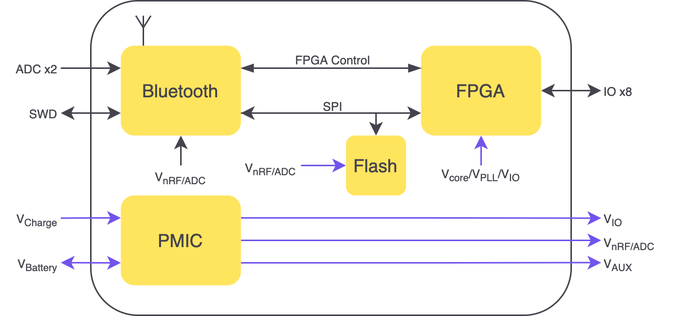
Before: hardware/s1-module-images/s1-block-diagram.png, a diagram exported from draw.io (siliconwitchery/docs). Source tidied: cells renumbered, new cells last; positions are measured from the earlier drawing's top-left corner, leaving out a move shared by most shapes.
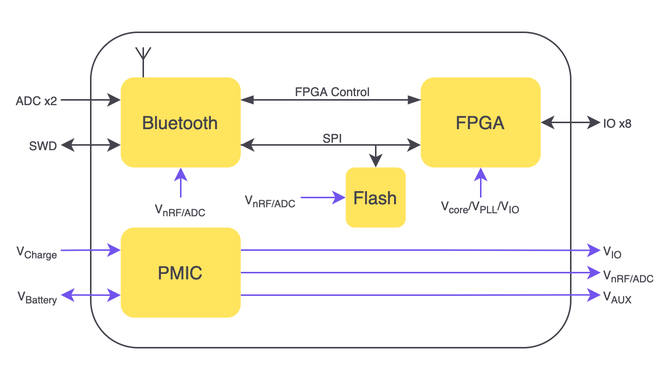
After the commit.

Commit message:
improved image padding

What changed in the source:
```diff
@@ -2,128 +2,131 @@
   <root>
     <mxCell id="0" />
     <mxCell id="1" parent="0" />
-    <mxCell id="2" style="whiteSpace=wrap;html=1;fontSize=9;fillColor=none;rounded=1;strokeColor=#44434d;fontColor=#7253ED;" parent="1" vertex="1">
-      <mxGeometry x="60" width="320" height="210" as="geometry" />
+    <mxCell id="2" style="rounded=0;whiteSpace=wrap;html=1;fillColor=none;strokeColor=none;" parent="1" vertex="1">
+      <mxGeometry y="-21" width="440" height="251" as="geometry" />
     </mxCell>
-    <mxCell id="3" style="edgeStyle=orthogonalEdgeStyle;jettySize=auto;html=1;exitX=1;exitY=0.5;exitDx=0;exitDy=0;startArrow=classic;startFill=1;endArrow=classic;endFill=1;fontSize=9;fontColor=#5AA9E6;strokeColor=#44434d;" parent="1" edge="1" source="4">
-      <mxGeometry relative="1" as="geometry">
-        <mxPoint x="400" y="60" as="targetPoint" />
-      </mxGeometry>
+    <mxCell id="3" style="whiteSpace=wrap;html=1;fontSize=9;fillColor=none;rounded=1;strokeColor=#44434d;fontColor=#7253ED;" parent="1" vertex="1">
+      <mxGeometry x="60" width="320" height="210" as="geometry" />
     </mxCell>
-    <mxCell id="4" value="&lt;font&gt;FPGA&lt;/font&gt;" style="whiteSpace=wrap;html=1;fillColor=#FFE45E;strokeColor=none;rounded=1;fontColor=#44434d;" parent="1" vertex="1">
-      <mxGeometry x="280" y="30" width="80" height="60" as="geometry" />
+    <mxCell id="4" style="edgeStyle=orthogonalEdgeStyle;jettySize=auto;html=1;exitX=1;exitY=0.5;exitDx=0;exitDy=0;startArrow=classic;startFill=1;endArrow=classic;endFill=1;fontSize=9;fontColor=#5AA9E6;strokeColor=#44434d;" parent="1" edge="1" source="5">
+      <mxGeometry relative="1" as="geometry">
+        <mxPoint x="400" y="60" as="targetPoint" />
+      </mxGeometry>
     </mxCell>
-    <mxCell id="5" style="edgeStyle=orthogonalEdgeStyle;jettySize=auto;html=1;exitX=1;exitY=0.75;exitDx=0;exitDy=0;entryX=0;entryY=0.75;entryDx=0;entryDy=0;startArrow=classic;startFill=1;strokeColor=#44434d;fontColor=#44434D;" parent="1" edge="1" source="12" target="4">
-      <mxGeometry relative="1" as="geometry" />
+    <mxCell id="5" value="&lt;font&gt;FPGA&lt;/font&gt;" style="whiteSpace=wrap;html=1;fillColor=#FFE45E;strokeColor=none;rounded=1;fontColor=#44434d;" parent="1" vertex="1">
+      <mxGeometry x="280" y="30" width="80" height="60" as="geometry" />
     </mxCell>
-    <mxCell id="6" value="&lt;font style=&quot;font-size: 8px&quot; color=&quot;#44434d&quot;&gt;SPI&lt;/font&gt;" style="edgeLabel;html=1;align=center;verticalAlign=middle;fontSize=9;rounded=1;fontColor=#5AA9E6;" parent="5" vertex="1">
-      <mxGeometry x="0.35" y="1" relative="1" as="geometry">
-        <mxPoint x="-20.7" y="-5" as="offset" />
-      </mxGeometry>
+    <mxCell id="6" style="edgeStyle=orthogonalEdgeStyle;jettySize=auto;html=1;exitX=1;exitY=0.75;exitDx=0;exitDy=0;entryX=0;entryY=0.75;entryDx=0;entryDy=0;startArrow=classic;startFill=1;strokeColor=#44434d;fontColor=#44434D;" parent="1" edge="1" source="13" target="5">
+      <mxGeometry relative="1" as="geometry" />
     </mxCell>
-    <mxCell id="7" style="edgeStyle=orthogonalEdgeStyle;jettySize=auto;html=1;exitX=1;exitY=0.25;exitDx=0;exitDy=0;entryX=0;entryY=0.25;entryDx=0;entryDy=0;startArrow=blockThin;startFill=1;endArrow=blockThin;endFill=1;fontSize=9;strokeColor=#44434d;fontColor=#44434D;" parent="1" edge="1" source="12" target="4">
-      <mxGeometry relative="1" as="geometry" />
+    <mxCell id="7" value="&lt;font style=&quot;font-size: 8px&quot; color=&quot;#44434d&quot;&gt;SPI&lt;/font&gt;" style="edgeLabel;html=1;align=center;verticalAlign=middle;fontSize=9;rounded=1;fontColor=#5AA9E6;" parent="6" vertex="1">
+      <mxGeometry x="0.35" y="1" relative="1" as="geometry">
+        <mxPoint x="-20.7" y="-5" as="offset" />
+      </mxGeometry>
     </mxCell>
-    <mxCell id="8" value="&lt;font style=&quot;font-size: 8px&quot; color=&quot;#44434d&quot;&gt;FPGA Control&lt;/font&gt;" style="edgeLabel;html=1;align=center;verticalAlign=middle;fontSize=9;rounded=1;fontColor=#5AA9E6;" parent="7" vertex="1">
-      <mxGeometry x="0.01" relative="1" as="geometry">
-        <mxPoint x="-0.6" y="-7" as="offset" />
-      </mxGeometry>
+    <mxCell id="8" style="edgeStyle=orthogonalEdgeStyle;jettySize=auto;html=1;exitX=1;exitY=0.25;exitDx=0;exitDy=0;entryX=0;entryY=0.25;entryDx=0;entryDy=0;startArrow=blockThin;startFill=1;endArrow=blockThin;endFill=1;fontSize=9;strokeColor=#44434d;fontColor=#44434D;" parent="1" edge="1" source="13" target="5">
+      <mxGeometry relative="1" as="geometry" />
     </mxCell>
-    <mxCell id="9" style="edgeStyle=orthogonalEdgeStyle;jettySize=auto;html=1;exitX=0;exitY=0.25;exitDx=0;exitDy=0;startArrow=classic;startFill=1;endArrow=none;endFill=0;fontSize=9;fontColor=#5AA9E6;strokeColor=#44434d;" parent="1" edge="1" source="12">
-      <mxGeometry relative="1" as="geometry">
-        <mxPoint x="40" y="45" as="targetPoint" />
+    <mxCell id="9" value="&lt;font style=&quot;font-size: 8px&quot; color=&quot;#44434d&quot;&gt;FPGA Control&lt;/font&gt;" style="edgeLabel;html=1;align=center;verticalAlign=middle;fontSize=9;rounded=1;fontColor=#5AA9E6;" parent="8" vertex="1">
+      <mxGeometry x="0.01" relative="1" as="geometry">
+        <mxPoint x="-0.6" y="-7" as="offset" />
       </mxGeometry>
     </mxCell>
-    <mxCell id="10" style="edgeStyle=orthogonalEdgeStyle;jettySize=auto;html=1;exitX=0;exitY=0.75;exitDx=0;exitDy=0;startArrow=classic;startFill=1;endArrow=classic;endFill=1;fontSize=9;fontColor=#5AA9E6;strokeColor=#44434d;" parent="1" edge="1" source="12">
+    <mxCell id="10" style="edgeStyle=orthogonalEdgeStyle;jettySize=auto;html=1;exitX=0;exitY=0.25;exitDx=0;exitDy=0;startArrow=classic;startFill=1;endArrow=none;endFill=0;fontSize=9;fontColor=#5AA9E6;strokeColor=#44434d;" parent="1" edge="1" source="13">
       <mxGeometry relative="1" as="geometry">
-        <mxPoint x="40" y="75" as="targetPoint" />
+        <mxPoint x="40" y="45" as="targetPoint" />
       </mxGeometry>
     </mxCell>
-    <mxCell id="11" style="edgeStyle=orthogonalEdgeStyle;jettySize=auto;html=1;exitX=0.5;exitY=1;exitDx=0;exitDy=0;entryX=0.5;entryY=0;entryDx=0;entryDy=0;startArrow=classic;startFill=1;endArrow=none;endFill=0;fontSize=9;fontColor=#5AA9E6;strokeColor=#44434d;" parent="1" edge="1" source="12" target="31">
-      <mxGeometry relative="1" as="geometry" />
+    <mxCell id="11" style="edgeStyle=orthogonalEdgeStyle;jettySize=auto;html=1;exitX=0;exitY=0.75;exitDx=0;exitDy=0;startArrow=classic;startFill=1;endArrow=classic;endFill=1;fontSize=9;fontColor=#5AA9E6;strokeColor=#44434d;" parent="1" edge="1" source="13">
+      <mxGeometry relative="1" as="geometry">
+        <mxPoint x="40" y="75" as="targetPoint" />
+      </mxGeometry>
     </mxCell>
-    <mxCell id="12" value="&lt;font&gt;Bluetooth&lt;/font&gt;" style="whiteSpace=wrap;html=1;strokeColor=none;fillColor=#FFE45E;rounded=1;fontColor=#44434d;" parent="1" vertex="1">
-      <mxGeometry x="80" y="30" width="80" height="60" as="geometry" />
+    <mxCell id="12" style="edgeStyle=orthogonalEdgeStyle;jettySize=auto;html=1;exitX=0.5;exitY=1;exitDx=0;exitDy=0;entryX=0.5;entryY=0;entryDx=0;entryDy=0;startArrow=classic;startFill=1;endArrow=none;endFill=0;fontSize=9;fontColor=#5AA9E6;strokeColor=#7253ED;" parent="1" edge="1" source="13" target="32">
+      <mxGeometry relative="1" as="geometry" />
     </mxCell>
-    <mxCell id="13" style="edgeStyle=orthogonalEdgeStyle;jettySize=auto;html=1;exitX=0.5;exitY=0;exitDx=0;exitDy=0;startArrow=classic;startFill=1;endArrow=none;endFill=0;entryX=1;entryY=0.75;entryDx=0;entryDy=0;fontColor=#5AA9E6;strokeColor=#44434d;rounded=0;" parent="1" edge="1" source="14" target="12">
-      <mxGeometry relative="1" as="geometry">
-        <Array as="points">
-          <mxPoint x="250" y="75" />
-        </Array>
-      </mxGeometry>
+    <mxCell id="13" value="&lt;font&gt;Bluetooth&lt;/font&gt;" style="whiteSpace=wrap;html=1;strokeColor=none;fillColor=#FFE45E;rounded=1;fontColor=#44434d;" parent="1" vertex="1">
+      <mxGeometry x="80" y="30" width="80" height="60" as="geometry" />
     </mxCell>
-    <mxCell id="14" value="&lt;font&gt;Flash&lt;/font&gt;" style="whiteSpace=wrap;html=1;strokeColor=none;fillColor=#FFE45E;rounded=1;fontColor=#44434d;" parent="1" vertex="1">
-      <mxGeometry x="230" y="90" width="40" height="40" as="geometry" />
+    <mxCell id="14" style="edgeStyle=orthogonalEdgeStyle;jettySize=auto;html=1;exitX=0.5;exitY=0;exitDx=0;exitDy=0;startArrow=classic;startFill=1;endArrow=none;endFill=0;entryX=1;entryY=0.75;entryDx=0;entryDy=0;fontColor=#5AA9E6;strokeColor=#44434d;rounded=0;" parent="1" edge="1" source="15" target="13">
+      <mxGeometry relative="1" as="geometry">
+        <Array as="points">
+          <mxPoint x="250" y="75" />
+        </Array>
+      </mxGeometry>
     </mxCell>
-    <mxCell id="15" style="edgeStyle=orthogonalEdgeStyle;jettySize=auto;html=1;exitX=1;exitY=0.25;exitDx=0;exitDy=0;startArrow=none;startFill=0;endArrow=classic;endFill=1;fontSize=9;fontColor=#5AA9E6;strokeColor=#7253ED;" parent="1" edge="1" source="20">
-      <mxGeometry relative="1" as="geometry">
-        <mxPoint x="400" y="145.1" as="targetPoint" />
-      </mxGeometry>
+    <mxCell id="15" value="&lt;font&gt;Flash&lt;/font&gt;" style="whiteSpace=wrap;html=1;strokeColor=none;fillColor=#FFE45E;rounded=1;fontColor=#44434d;" parent="1" vertex="1">
+      <mxGeometry x="230" y="90" width="40" height="40" as="geometry" />
     </mxCell>
-    <mxCell id="16" style="edgeStyle=orthogonalEdgeStyle;jettySize=auto;html=1;exitX=1;exitY=0.5;exitDx=0;exitDy=0;startArrow=none;startFill=0;endArrow=classic;endFill=1;fontSize=9;fontColor=#5AA9E6;strokeColor=#7253ED;" parent="1" edge="1" source="20">
+    <mxCell id="16" style="edgeStyle=orthogonalEdgeStyle;jettySize=auto;html=1;exitX=1;exitY=0.25;exitDx=0;exitDy=0;startArrow=none;startFill=0;endArrow=classic;endFill=1;fontSize=9;fontColor=#5AA9E6;strokeColor=#7253ED;" parent="1" edge="1" source="21">
       <mxGeometry relative="1" as="geometry">
-        <mxPoint x="400" y="160" as="targetPoint" />
+        <mxPoint x="400" y="145.1" as="targetPoint" />
       </mxGeometry>
     </mxCell>
-    <mxCell id="17" style="edgeStyle=orthogonalEdgeStyle;jettySize=auto;html=1;exitX=1;exitY=0.75;exitDx=0;exitDy=0;startArrow=none;startFill=0;endArrow=classic;endFill=1;fontSize=9;fontColor=#5AA9E6;strokeColor=#7253ED;" parent="1" edge="1" source="20">
+    <mxCell id="17" style="edgeStyle=orthogonalEdgeStyle;jettySize=auto;html=1;exitX=1;exitY=0.5;exitDx=0;exitDy=0;startArrow=none;startFill=0;endArrow=classic;endFill=1;fontSize=9;fontColor=#5AA9E6;strokeColor=#7253ED;" parent="1" edge="1" source="21">
       <mxGeometry relative="1" as="geometry">
-        <mxPoint x="400" y="174.9" as="targetPoint" />
+        <mxPoint x="400" y="160" as="targetPoint" />
       </mxGeometry>
     </mxCell>
-    <mxCell id="18" style="edgeStyle=orthogonalEdgeStyle;jettySize=auto;html=1;exitX=0;exitY=0.25;exitDx=0;exitDy=0;startArrow=classic;startFill=1;endArrow=none;endFill=0;fontSize=9;fontColor=#5AA9E6;strokeColor=#7253ED;" parent="1" edge="1" source="20">
+    <mxCell id="18" style="edgeStyle=orthogonalEdgeStyle;jettySize=auto;html=1;exitX=1;exitY=0.75;exitDx=0;exitDy=0;startArrow=none;startFill=0;endArrow=classic;endFill=1;fontSize=9;fontColor=#5AA9E6;strokeColor=#7253ED;" parent="1" edge="1" source="21">
       <mxGeometry relative="1" as="geometry">
-        <mxPoint x="40" y="145.1" as="targetPoint" />
+        <mxPoint x="400" y="174.9" as="targetPoint" />
       </mxGeometry>
     </mxCell>
-    <mxCell id="19" style="edgeStyle=orthogonalEdgeStyle;jettySize=auto;html=1;exitX=0;exitY=0.75;exitDx=0;exitDy=0;startArrow=classic;startFill=1;endArrow=classic;endFill=1;fontSize=9;fontColor=#5AA9E6;strokeColor=#7253ED;" parent="1" edge="1" source="20">
+    <mxCell id="19" style="edgeStyle=orthogonalEdgeStyle;jettySize=auto;html=1;exitX=0;exitY=0.25;exitDx=0;exitDy=0;startArrow=classic;startFill=1;endArrow=none;endFill=0;fontSize=9;fontColor=#5AA9E6;strokeColor=#7253ED;" parent="1" edge="1" source="21">
       <mxGeometry relative="1" as="geometry">
-        <mxPoint x="40" y="174.9" as="targetPoint" />
+        <mxPoint x="40" y="145.1" as="targetPoint" />
       </mxGeometry>
     </mxCell>
-    <mxCell id="20" value="&lt;font&gt;PMIC&lt;/font&gt;" style="whiteSpace=wrap;html=1;strokeColor=none;fillColor=#FFE45E;rounded=1;fontColor=#44434d;" parent="1" vertex="1">
-      <mxGeometry x="80" y="130" width="80" height="60" as="geometry" />
+    <mxCell id="20" style="edgeStyle=orthogonalEdgeStyle;jettySize=auto;html=1;exitX=0;exitY=0.75;exitDx=0;exitDy=0;startArrow=classic;startFill=1;endArrow=classic;endFill=1;fontSize=9;fontColor=#5AA9E6;strokeColor=#7253ED;" parent="1" edge="1" source="21">
+      <mxGeometry relative="1" as="geometry">
+        <mxPoint x="40" y="174.9" as="targetPoint" />
+      </mxGeometry>
     </mxCell>
-    <mxCell id="21" value="&lt;font style=&quot;font-size: 8px&quot;&gt;ADC x2&lt;/font&gt;" style="text;html=1;strokeColor=none;fillColor=none;align=right;verticalAlign=middle;whiteSpace=wrap;rounded=1;fontColor=#44434D;" parent="1" vertex="1">
-      <mxGeometry y="39" width="40" height="10" as="geometry" />
+    <mxCell id="21" value="&lt;font&gt;PMIC&lt;/font&gt;" style="whiteSpace=wrap;html=1;strokeColor=none;fillColor=#FFE45E;rounded=1;fontColor=#44434d;" parent="1" vertex="1">
+      <mxGeometry x="80" y="130" width="80" height="60" as="geometry" />
     </mxCell>
-    <mxCell id="22" style="verticalLabelPosition=bottom;shadow=0;dashed=0;align=center;html=1;verticalAlign=top;shape=mxgraph.electrical.radio.aerial_-_antenna_1;fontSize=9;rounded=1;fillColor=#FFE45E;fontColor=#5AA9E6;strokeColor=#44434d;" parent="1" vertex="1">
-      <mxGeometry x="90" y="10" width="10" height="20" as="geometry" />
+    <mxCell id="22" value="&lt;font style=&quot;font-size: 8px&quot;&gt;ADC x2&lt;/font&gt;" style="text;html=1;strokeColor=none;fillColor=none;align=right;verticalAlign=middle;whiteSpace=wrap;rounded=1;fontColor=#44434D;" parent="1" vertex="1">
+      <mxGeometry y="39" width="40" height="10" as="geometry" />
     </mxCell>
-    <mxCell id="23" value="&lt;font style=&quot;font-size: 8px&quot;&gt;SWD&lt;/font&gt;" style="text;html=1;strokeColor=none;fillColor=none;align=right;verticalAlign=middle;whiteSpace=wrap;rounded=1;fontColor=#44434D;" parent="1" vertex="1">
-      <mxGeometry y="69" width="40" height="10" as="geometry" />
+    <mxCell id="23" style="verticalLabelPosition=bottom;shadow=0;dashed=0;align=center;html=1;verticalAlign=top;shape=mxgraph.electrical.radio.aerial_-_antenna_1;fontSize=9;rounded=1;fillColor=#FFE45E;fontColor=#5AA9E6;strokeColor=#44434d;" parent="1" vertex="1">
+      <mxGeometry x="90" y="10" width="10" height="20" as="geometry" />
     </mxCell>
-    <mxCell id="24" value="&lt;font style=&quot;font-size: 8px&quot;&gt;V&lt;sub&gt;Charge&lt;/sub&gt;&lt;/font&gt;" style="text;html=1;strokeColor=none;fillColor=none;align=right;verticalAlign=middle;whiteSpace=wrap;rounded=1;fontColor=#44434D;" parent="1" vertex="1">
-      <mxGeometry y="140" width="40" height="10" as="geometry" />
+    <mxCell id="24" value="&lt;font style=&quot;font-size: 8px&quot;&gt;SWD&lt;/font&gt;" style="text;html=1;strokeColor=none;fillColor=none;align=right;verticalAlign=middle;whiteSpace=wrap;rounded=1;fontColor=#44434D;" parent="1" vertex="1">
+      <mxGeometry y="69" width="40" height="10" as="geometry" />
     </mxCell>
-    <mxCell id="25" value="&lt;span style=&quot;font-size: 8px&quot;&gt;V&lt;sub&gt;Battery&lt;/sub&gt;&lt;/span&gt;" style="text;html=1;strokeColor=none;fillColor=none;align=right;verticalAlign=middle;whiteSpace=wrap;rounded=1;fontColor=#44434D;" parent="1" vertex="1">
-      <mxGeometry y="170" width="40" height="10" as="geometry" />
+    <mxCell id="25" value="&lt;font style=&quot;font-size: 8px&quot;&gt;V&lt;sub&gt;Charge&lt;/sub&gt;&lt;/font&gt;" style="text;html=1;strokeColor=none;fillColor=none;align=right;verticalAlign=middle;whiteSpace=wrap;rounded=1;fontColor=#44434D;" parent="1" vertex="1">
+      <mxGeometry y="140" width="40" height="10" as="geometry" />
     </mxCell>
-    <mxCell id="26" value="&lt;font style=&quot;font-size: 8px&quot;&gt;V&lt;sub&gt;IO&lt;/sub&gt;&lt;/font&gt;" style="text;html=1;strokeColor=none;fillColor=none;align=left;verticalAlign=middle;whiteSpace=wrap;rounded=1;fontColor=#44434D;" parent="1" vertex="1">
-      <mxGeometry x="400" y="140" width="40" height="10" as="geometry" />
+    <mxCell id="26" value="&lt;span style=&quot;font-size: 8px&quot;&gt;V&lt;sub&gt;Battery&lt;/sub&gt;&lt;/span&gt;" style="text;html=1;strokeColor=none;fillColor=none;align=right;verticalAlign=middle;whiteSpace=wrap;rounded=1;fontColor=#44434D;" parent="1" vertex="1">
+      <mxGeometry y="170" width="40" height="10" as="geometry" />
     </mxCell>
-    <mxCell id="27" value="&lt;font style=&quot;font-size: 8px&quot;&gt;V&lt;sub&gt;nRF/ADC&lt;/sub&gt;&lt;/font&gt;" style="text;html=1;strokeColor=none;fillColor=none;align=left;verticalAlign=middle;whiteSpace=wrap;rounded=1;fontColor=#44434D;" parent="1" vertex="1">
-      <mxGeometry x="400" y="153" width="60" height="15" as="geometry" />
+    <mxCell id="27" value="&lt;font style=&quot;font-size: 8px&quot;&gt;V&lt;sub&gt;IO&lt;/sub&gt;&lt;/font&gt;" style="text;html=1;strokeColor=none;fillColor=none;align=left;verticalAlign=middle;whiteSpace=wrap;rounded=1;fontColor=#44434D;" parent="1" vertex="1">
+      <mxGeometry x="400" y="140" width="40" height="10" as="geometry" />
     </mxCell>
-    <mxCell id="28" value="&lt;font style=&quot;font-size: 8px&quot;&gt;V&lt;sub&gt;AUX&lt;/sub&gt;&lt;/font&gt;" style="text;html=1;strokeColor=none;fillColor=none;align=left;verticalAlign=middle;whiteSpace=wrap;rounded=1;fontColor=#44434D;" parent="1" vertex="1">
-      <mxGeometry x="400" y="170" width="40" height="10" as="geometry" />
+    <mxCell id="28" value="&lt;font style=&quot;font-size: 8px&quot;&gt;V&lt;sub&gt;nRF/ADC&lt;/sub&gt;&lt;/font&gt;" style="text;html=1;strokeColor=none;fillColor=none;align=left;verticalAlign=middle;whiteSpace=wrap;rounded=1;fontColor=#44434D;" parent="1" vertex="1">
+      <mxGeometry x="400" y="153" width="40" height="15" as="geometry" />
     </mxCell>
-    <mxCell id="29" style="edgeStyle=orthogonalEdgeStyle;jettySize=auto;html=1;exitX=0.5;exitY=0;exitDx=0;exitDy=0;entryX=0.5;entryY=1;entryDx=0;entryDy=0;startArrow=none;startFill=0;endArrow=classic;endFill=1;fontSize=9;fontColor=#5AA9E6;strokeColor=#7253ED;" parent="1" edge="1" source="30" target="4">
-      <mxGeometry relative="1" as="geometry" />
+    <mxCell id="29" value="&lt;font style=&quot;font-size: 8px&quot;&gt;V&lt;sub&gt;AUX&lt;/sub&gt;&lt;/font&gt;" style="text;html=1;strokeColor=none;fillColor=none;align=left;verticalAlign=middle;whiteSpace=wrap;rounded=1;fontColor=#44434D;" parent="1" vertex="1">
+      <mxGeometry x="400" y="170" width="40" height="10" as="geometry" />
     </mxCell>
-    <mxCell id="30" value="&lt;font style=&quot;font-size: 8px&quot;&gt;V&lt;sub&gt;core&lt;/sub&gt;/V&lt;sub&gt;PLL&lt;/sub&gt;/V&lt;sub&gt;IO&lt;/sub&gt;&lt;/font&gt;" style="text;html=1;strokeColor=none;fillColor=none;align=center;verticalAlign=middle;whiteSpace=wrap;rounded=1;fontColor=#44434D;" parent="1" vertex="1">
-      <mxGeometry x="300" y="110" width="40" height="10" as="geometry" />
+    <mxCell id="30" style="edgeStyle=orthogonalEdgeStyle;jettySize=auto;html=1;exitX=0.5;exitY=0;exitDx=0;exitDy=0;entryX=0.5;entryY=1;entryDx=0;entryDy=0;startArrow=none;startFill=0;endArrow=classic;endFill=1;fontSize=9;fontColor=#5AA9E6;strokeColor=#7253ED;" parent="1" edge="1" source="31" target="5">
+      <mxGeometry relative="1" as="geometry" />
     </mxCell>
-    <mxCell id="31" value="&lt;sub style=&quot;font-size: 8px&quot;&gt;&lt;font style=&quot;font-size: 8px&quot;&gt;V&lt;sub&gt;nRF/&lt;/sub&gt;&lt;/font&gt;&lt;font style=&quot;font-size: 8px&quot;&gt;&lt;sub&gt;ADC&lt;/sub&gt;&lt;/font&gt;&lt;/sub&gt;" style="text;html=1;strokeColor=none;fillColor=none;align=center;verticalAlign=middle;whiteSpace=wrap;rounded=1;fontColor=#44434D;" parent="1" vertex="1">
-      <mxGeometry x="100" y="110" width="40" height="10" as="geometry" />
+    <mxCell id="31" value="&lt;font style=&quot;font-size: 8px&quot;&gt;V&lt;sub&gt;core&lt;/sub&gt;/V&lt;sub&gt;PLL&lt;/sub&gt;/V&lt;sub&gt;IO&lt;/sub&gt;&lt;/font&gt;" style="text;html=1;strokeColor=none;fillColor=none;align=center;verticalAlign=middle;whiteSpace=wrap;rounded=1;fontColor=#44434D;" parent="1" vertex="1">
+      <mxGeometry x="300" y="110" width="40" height="10" as="geometry" />
     </mxCell>
-    <mxCell id="32" style="edgeStyle=orthogonalEdgeStyle;jettySize=auto;html=1;exitX=1;exitY=0.5;exitDx=0;exitDy=0;entryX=0;entryY=0.5;entryDx=0;entryDy=0;startArrow=none;startFill=0;endArrow=classic;endFill=1;fontSize=9;fontColor=#5AA9E6;strokeColor=#7253ED;" parent="1" edge="1" source="33" target="14">
-      <mxGeometry relative="1" as="geometry" />
+    <mxCell id="32" value="&lt;sub style=&quot;font-size: 8px&quot;&gt;&lt;font style=&quot;font-size: 8px&quot;&gt;V&lt;sub&gt;nRF/&lt;/sub&gt;&lt;/font&gt;&lt;font style=&quot;font-size: 8px&quot;&gt;&lt;sub&gt;ADC&lt;/sub&gt;&lt;/font&gt;&lt;/sub&gt;" style="text;html=1;strokeColor=none;fillColor=none;align=center;verticalAlign=middle;whiteSpace=wrap;rounded=1;fontColor=#44434D;" parent="1" vertex="1">
+      <mxGeometry x="100" y="110" width="40" height="10" as="geometry" />
     </mxCell>
-    <mxCell id="33" value="&lt;font style=&quot;font-size: 8px&quot;&gt;&lt;sub&gt;&lt;font style=&quot;font-size: 8px&quot;&gt;V&lt;sub&gt;nRF/&lt;/sub&gt;&lt;/font&gt;&lt;font style=&quot;font-size: 8px&quot;&gt;&lt;sub&gt;ADC&lt;/sub&gt;&lt;/font&gt;&lt;/sub&gt;&lt;/font&gt;" style="text;html=1;strokeColor=none;fillColor=none;align=center;verticalAlign=middle;whiteSpace=wrap;rounded=1;fontColor=#44434D;" parent="1" vertex="1">
-      <mxGeometry x="160" y="105" width="40" height="10" as="geometry" />
+    <mxCell id="33" style="edgeStyle=orthogonalEdgeStyle;jettySize=auto;html=1;exitX=1;exitY=0.5;exitDx=0;exitDy=0;entryX=0;entryY=0.5;entryDx=0;entryDy=0;startArrow=none;startFill=0;endArrow=classic;endFill=1;fontSize=9;fontColor=#5AA9E6;strokeColor=#7253ED;" parent="1" edge="1" source="34" target="15">
+      <mxGeometry relative="1" as="geometry" />
     </mxCell>
-    <mxCell id="34" value="&lt;font style=&quot;font-size: 8px&quot;&gt;IO x8&lt;/font&gt;" style="text;html=1;strokeColor=none;fillColor=none;align=left;verticalAlign=middle;whiteSpace=wrap;rounded=1;fontColor=#44434D;" parent="1" vertex="1">
-      <mxGeometry x="400" y="54" width="40" height="10" as="geometry" />
+    <mxCell id="34" value="&lt;font style=&quot;font-size: 8px&quot;&gt;&lt;sub&gt;&lt;font style=&quot;font-size: 8px&quot;&gt;V&lt;sub&gt;nRF/&lt;/sub&gt;&lt;/font&gt;&lt;font style=&quot;font-size: 8px&quot;&gt;&lt;sub&gt;ADC&lt;/sub&gt;&lt;/font&gt;&lt;/sub&gt;&lt;/font&gt;" style="text;html=1;strokeColor=none;fillColor=none;align=center;verticalAlign=middle;whiteSpace=wrap;rounded=1;fontColor=#44434D;" parent="1" vertex="1">
+      <mxGeometry x="160" y="105" width="40" height="10" as="geometry" />
     </mxCell>
+    <mxCell id="35" value="&lt;font style=&quot;font-size: 8px&quot;&gt;IO x8&lt;/font&gt;" style="text;html=1;strokeColor=none;fillColor=none;align=left;verticalAlign=middle;whiteSpace=wrap;rounded=1;fontColor=#44434D;" parent="1" vertex="1">
+      <mxGeometry x="400" y="54" width="40" height="10" as="geometry" />
+    </mxCell>
   </root>
 </mxGraphModel>
```
